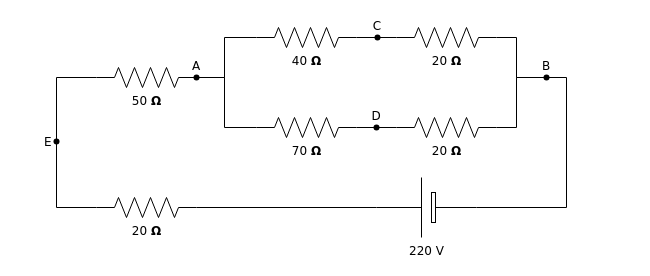
Before: Lab3/Voltage-divider.drawio in farhanarrafi/embedded-project-website, a draw.io diagram. Source tidied: cells renumbered, new cells numbered last; positions are measured from the earlier drawing's top-left corner, leaving out a move shared by most shapes. Both pictures are drawn from the tidied source at 100%, with x=0, y=0 at pixel (36, 17).
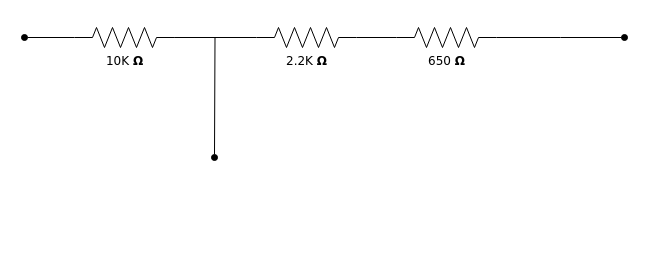
The same page after the edit.

What changed in the source:
```diff
@@
-    <mxCell id="2" style="edgeStyle=orthogonalEdgeStyle;rounded=0;html=1;exitPerimeter=0;entryX=0;entryY=0.5;entryPerimeter=0;labelBackgroundColor=none;startArrow=none;startFill=0;startSize=5;endArrow=none;endFill=0;endSize=5;jettySize=auto;strokeWidth=1;fontFamily=Verdana;fontSize=12;" parent="1" edge="1" source="19" target="5">
-      <mxGeometry relative="1" as="geometry" />
-    </mxCell>
-    <mxCell id="3" value="40&amp;nbsp;&lt;b&gt;Ω&lt;/b&gt;" style="verticalLabelPosition=bottom;shadow=0;dashed=0;align=center;html=1;verticalAlign=top;strokeWidth=1;shape=mxgraph.electrical.resistors.resistor_2;rounded=1;comic=0;labelBackgroundColor=none;fontFamily=Verdana;fontSize=12;" parent="1" vertex="1">
+    <mxCell id="3" value="2.2K&amp;nbsp;&lt;b&gt;Ω&lt;/b&gt;" style="verticalLabelPosition=bottom;shadow=0;dashed=0;align=center;html=1;verticalAlign=top;strokeWidth=1;shape=mxgraph.electrical.resistors.resistor_2;rounded=1;comic=0;labelBackgroundColor=none;fontFamily=Verdana;fontSize=12;" parent="1" vertex="1">
       <mxGeometry x="220" y="10" width="100" height="20" as="geometry" />
     </mxCell>
-    <mxCell id="4" style="edgeStyle=orthogonalEdgeStyle;rounded=0;html=1;exitX=1;exitY=0.5;exitPerimeter=0;labelBackgroundColor=none;startArrow=none;startFill=0;startSize=5;endArrow=none;endFill=0;endSize=5;jettySize=auto;strokeWidth=1;fontFamily=Verdana;fontSize=12;" parent="1" edge="1" source="5" target="18">
-      <mxGeometry relative="1" as="geometry">
-        <Array as="points">
-          <mxPoint x="480" y="20" />
-          <mxPoint x="480" y="60" />
-        </Array>
-      </mxGeometry>
-    </mxCell>
+    <mxCell id="26" style="edgeStyle=orthogonalEdgeStyle;rounded=0;jettySize=auto;html=1;exitX=1;exitY=0.5;exitDx=0;exitDy=0;exitPerimeter=0;endArrow=oval;endFill=1;" parent="1" edge="1" source="5">
+      <mxGeometry relative="1" as="geometry">
+        <mxPoint x="588" y="20" as="targetPoint" />
+      </mxGeometry>
+    </mxCell>
-    <mxCell id="5" value="20&amp;nbsp;&lt;b&gt;Ω&lt;/b&gt;" style="verticalLabelPosition=bottom;shadow=0;dashed=0;align=center;html=1;verticalAlign=top;strokeWidth=1;shape=mxgraph.electrical.resistors.resistor_2;rounded=1;comic=0;labelBackgroundColor=none;fontFamily=Verdana;fontSize=12;" parent="1" vertex="1">
+    <mxCell id="5" value="650&amp;nbsp;&lt;b&gt;Ω&lt;/b&gt;" style="verticalLabelPosition=bottom;shadow=0;dashed=0;align=center;html=1;verticalAlign=top;strokeWidth=1;shape=mxgraph.electrical.resistors.resistor_2;rounded=1;comic=0;labelBackgroundColor=none;fontFamily=Verdana;fontSize=12;" parent="1" vertex="1">
       <mxGeometry x="360" y="10" width="100" height="20" as="geometry" />
     </mxCell>
-    <mxCell id="6" style="edgeStyle=orthogonalEdgeStyle;rounded=0;html=1;exitX=1;exitY=0.5;exitPerimeter=0;labelBackgroundColor=none;startArrow=none;startFill=0;startSize=5;endArrow=none;endFill=0;endSize=5;jettySize=auto;strokeWidth=1;fontFamily=Verdana;fontSize=12;" parent="1" edge="1" source="7" target="24">
-      <mxGeometry relative="1" as="geometry" />
-    </mxCell>
+    <mxCell id="27" style="edgeStyle=orthogonalEdgeStyle;rounded=0;jettySize=auto;html=1;exitX=0;exitY=0.5;exitDx=0;exitDy=0;exitPerimeter=0;endArrow=oval;endFill=1;" parent="1" edge="1" source="7">
+      <mxGeometry relative="1" as="geometry">
+        <mxPoint x="-12" y="20" as="targetPoint" />
+      </mxGeometry>
+    </mxCell>
+    <mxCell id="28" style="edgeStyle=orthogonalEdgeStyle;rounded=0;jettySize=auto;html=1;exitX=1;exitY=0.5;exitDx=0;exitDy=0;exitPerimeter=0;endArrow=oval;endFill=1;" parent="1" edge="1" source="7">
+      <mxGeometry relative="1" as="geometry">
+        <mxPoint x="178" y="140" as="targetPoint" />
+      </mxGeometry>
+    </mxCell>
-    <mxCell id="7" value="70&amp;nbsp;&lt;b&gt;Ω&lt;/b&gt;" style="verticalLabelPosition=bottom;shadow=0;dashed=0;align=center;html=1;verticalAlign=top;strokeWidth=1;shape=mxgraph.electrical.resistors.resistor_2;rounded=1;comic=0;labelBackgroundColor=none;fontFamily=Verdana;fontSize=12;" parent="1" vertex="1">
-      <mxGeometry x="220" y="100" width="100" height="20" as="geometry" />
+    <mxCell id="7" value="10K&amp;nbsp;&lt;b&gt;Ω&lt;/b&gt;" style="verticalLabelPosition=bottom;shadow=0;dashed=0;align=center;html=1;verticalAlign=top;strokeWidth=1;shape=mxgraph.electrical.resistors.resistor_2;rounded=1;comic=0;labelBackgroundColor=none;fontFamily=Verdana;fontSize=12;" parent="1" vertex="1">
+      <mxGeometry x="38" y="10" width="100" height="20" as="geometry" />
     </mxCell>
-    <mxCell id="8" style="edgeStyle=orthogonalEdgeStyle;rounded=0;html=1;exitX=1;exitY=0.5;exitPerimeter=0;labelBackgroundColor=none;startArrow=none;startFill=0;startSize=5;endArrow=none;endFill=0;endSize=5;jettySize=auto;strokeWidth=1;fontFamily=Verdana;fontSize=12;" parent="1" edge="1" source="9" target="18">
-      <mxGeometry relative="1" as="geometry">
-        <Array as="points">
-          <mxPoint x="480" y="110" />
-          <mxPoint x="480" y="60" />
-        </Array>
-      </mxGeometry>
-    </mxCell>
-    <mxCell id="9" value="20&amp;nbsp;&lt;b&gt;Ω&lt;/b&gt;" style="verticalLabelPosition=bottom;shadow=0;dashed=0;align=center;html=1;verticalAlign=top;strokeWidth=1;shape=mxgraph.electrical.resistors.resistor_2;rounded=1;comic=0;labelBackgroundColor=none;fontFamily=Verdana;fontSize=12;" parent="1" vertex="1">
-      <mxGeometry x="360" y="100" width="100" height="20" as="geometry" />
-    </mxCell>
-    <mxCell id="10" style="edgeStyle=orthogonalEdgeStyle;rounded=0;html=1;entryX=0;entryY=0.5;entryPerimeter=0;labelBackgroundColor=none;startArrow=none;startFill=0;startSize=5;endArrow=none;endFill=0;endSize=5;jettySize=auto;strokeWidth=1;fontFamily=Verdana;fontSize=12;" parent="1" edge="1" source="21" target="3">
-      <mxGeometry relative="1" as="geometry">
-        <Array as="points">
-          <mxPoint x="188" y="60" />
-          <mxPoint x="188" y="20" />
-        </Array>
-      </mxGeometry>
-    </mxCell>
-    <mxCell id="11" style="edgeStyle=orthogonalEdgeStyle;rounded=0;html=1;entryX=0;entryY=0.5;entryPerimeter=0;labelBackgroundColor=none;startArrow=none;startFill=0;startSize=5;endArrow=none;endFill=0;endSize=5;jettySize=auto;strokeWidth=1;fontFamily=Verdana;fontSize=12;" parent="1" edge="1" source="21" target="7">
-      <mxGeometry relative="1" as="geometry">
-        <Array as="points">
-          <mxPoint x="188" y="60" />
-          <mxPoint x="188" y="110" />
-        </Array>
-      </mxGeometry>
-    </mxCell>
-    <mxCell id="12" value="50&amp;nbsp;&lt;b&gt;Ω&lt;/b&gt;" style="verticalLabelPosition=bottom;shadow=0;dashed=0;align=center;html=1;verticalAlign=top;strokeWidth=1;shape=mxgraph.electrical.resistors.resistor_2;rounded=1;comic=0;labelBackgroundColor=none;fontFamily=Verdana;fontSize=12;" parent="1" vertex="1">
-      <mxGeometry x="60" y="50" width="100" height="20" as="geometry" />
-    </mxCell>
-    <mxCell id="13" style="edgeStyle=orthogonalEdgeStyle;rounded=0;html=1;exitX=0;exitY=0.5;exitPerimeter=0;labelBackgroundColor=none;startArrow=none;startFill=0;startSize=5;endArrow=none;endFill=0;endSize=5;jettySize=auto;strokeWidth=1;fontFamily=Verdana;fontSize=12;" parent="1" edge="1" source="14" target="22">
-      <mxGeometry relative="1" as="geometry">
-        <Array as="points">
-          <mxPoint x="20" y="190" />
-        </Array>
-      </mxGeometry>
-    </mxCell>
-    <mxCell id="14" value="20&amp;nbsp;&lt;b&gt;Ω&lt;/b&gt;" style="verticalLabelPosition=bottom;shadow=0;dashed=0;align=center;html=1;verticalAlign=top;strokeWidth=1;shape=mxgraph.electrical.resistors.resistor_2;rounded=1;comic=0;labelBackgroundColor=none;fontFamily=Verdana;fontSize=12;" parent="1" vertex="1">
-      <mxGeometry x="60" y="180" width="100" height="20" as="geometry" />
-    </mxCell>
-    <mxCell id="15" style="edgeStyle=orthogonalEdgeStyle;rounded=0;html=1;exitX=1;exitY=0.5;exitPerimeter=0;entryX=1;entryY=0.5;entryPerimeter=0;labelBackgroundColor=none;startArrow=none;startFill=0;startSize=5;endArrow=none;endFill=0;endSize=5;jettySize=auto;strokeWidth=1;fontFamily=Verdana;fontSize=12;" parent="1" edge="1" source="17" target="14">
-      <mxGeometry relative="1" as="geometry" />
-    </mxCell>
-    <mxCell id="16" style="edgeStyle=orthogonalEdgeStyle;rounded=0;html=1;exitX=0;exitY=0.5;exitPerimeter=0;labelBackgroundColor=none;startArrow=none;startFill=0;startSize=5;endArrow=none;endFill=0;endSize=5;jettySize=auto;strokeWidth=1;fontFamily=Verdana;fontSize=12;" parent="1" edge="1" source="17" target="18">
-      <mxGeometry relative="1" as="geometry">
-        <Array as="points">
-          <mxPoint x="530" y="190" />
-          <mxPoint x="530" y="60" />
-        </Array>
-      </mxGeometry>
-    </mxCell>
-    <mxCell id="17" value="220 V" style="verticalLabelPosition=bottom;shadow=0;dashed=0;align=center;fillColor=default;html=1;verticalAlign=top;strokeWidth=1;shape=mxgraph.electrical.miscellaneous.monocell_battery;rounded=1;comic=0;labelBackgroundColor=none;fontFamily=Verdana;fontSize=12;flipH=1;" parent="1" vertex="1">
-      <mxGeometry x="340" y="160" width="100" height="60" as="geometry" />
-    </mxCell>
-    <mxCell id="18" value="B" style="shape=waypoint;sketch=0;fillStyle=solid;size=6;points=[];fillColor=none;perimeter=centerPerimeter;snapToPoint=1;verticalAlign=top;spacingBottom=0;spacingTop=-5;fontFamily=Verdana;fontSize=12;" parent="1" vertex="1">
-      <mxGeometry x="490" y="40" width="40" height="40" as="geometry" />
-    </mxCell>
-    <mxCell id="19" value="C" style="shape=waypoint;sketch=0;fillStyle=solid;size=6;points=[];fillColor=none;perimeter=centerPerimeter;snapToPoint=1;verticalAlign=top;spacingBottom=0;spacingTop=-5;fontFamily=Verdana;fontSize=12;" parent="1" vertex="1">
-      <mxGeometry x="321" width="40" height="40" as="geometry" />
-    </mxCell>
-    <mxCell id="20" style="edgeStyle=orthogonalEdgeStyle;rounded=0;html=1;exitX=1;exitY=0.5;exitPerimeter=0;entryPerimeter=0;labelBackgroundColor=none;startArrow=none;startFill=0;startSize=5;endArrow=none;endFill=0;endSize=5;jettySize=auto;strokeWidth=1;fontFamily=Verdana;fontSize=12;" parent="1" edge="1" source="3" target="19">
-      <mxGeometry relative="1" as="geometry" />
-    </mxCell>
-    <mxCell id="21" value="A" style="shape=waypoint;sketch=0;fillStyle=solid;size=6;points=[];fillColor=none;perimeter=centerPerimeter;snapToPoint=1;verticalAlign=top;spacingBottom=0;spacingTop=-5;fontFamily=Verdana;fontSize=12;" parent="1" vertex="1">
-      <mxGeometry x="140" y="40" width="40" height="40" as="geometry" />
-    </mxCell>
-    <mxCell id="22" value="E" style="shape=waypoint;sketch=0;fillStyle=solid;size=6;points=[];fillColor=none;perimeter=centerPerimeter;snapToPoint=1;verticalAlign=middle;spacingBottom=0;spacingTop=0;fontFamily=Verdana;fontSize=12;labelPosition=center;verticalLabelPosition=middle;align=left;spacingRight=0;spacingLeft=6;" parent="1" vertex="1">
-      <mxGeometry y="104" width="40" height="40" as="geometry" />
-    </mxCell>
-    <mxCell id="23" style="edgeStyle=orthogonalEdgeStyle;rounded=0;html=1;labelBackgroundColor=none;startArrow=none;startFill=0;startSize=5;endArrow=none;endFill=0;endSize=5;jettySize=auto;strokeWidth=1;fontFamily=Verdana;fontSize=12;entryX=0;entryY=0.5;entryDx=0;entryDy=0;entryPerimeter=0;" parent="1" edge="1" source="22" target="12">
-      <mxGeometry relative="1" as="geometry">
-        <Array as="points">
-          <mxPoint x="20" y="60" />
-        </Array>
-      </mxGeometry>
-    </mxCell>
-    <mxCell id="24" value="D" style="shape=waypoint;sketch=0;fillStyle=solid;size=6;points=[];fillColor=none;perimeter=centerPerimeter;snapToPoint=1;verticalAlign=top;spacingBottom=0;spacingTop=-5;fontFamily=Verdana;fontSize=12;" parent="1" vertex="1">
-      <mxGeometry x="320" y="90" width="40" height="40" as="geometry" />
-    </mxCell>
-    <mxCell id="25" style="edgeStyle=orthogonalEdgeStyle;rounded=0;html=1;labelBackgroundColor=none;startArrow=none;startFill=0;startSize=5;endArrow=none;endFill=0;endSize=5;jettySize=auto;strokeWidth=1;fontFamily=Verdana;fontSize=12;entryX=0;entryY=0.5;entryDx=0;entryDy=0;entryPerimeter=0;" parent="1" edge="1" source="24" target="9">
-      <mxGeometry relative="1" as="geometry" />
-    </mxCell>
+    <mxCell id="29" style="edgeStyle=orthogonalEdgeStyle;rounded=0;jettySize=auto;html=1;exitX=1;exitY=0.5;exitDx=0;exitDy=0;exitPerimeter=0;entryX=0;entryY=0.5;entryDx=0;entryDy=0;entryPerimeter=0;endArrow=none;startFill=0;" parent="1" edge="1" source="7" target="3">
+      <mxGeometry relative="1" as="geometry" />
+    </mxCell>
+    <mxCell id="30" style="edgeStyle=orthogonalEdgeStyle;rounded=0;jettySize=auto;html=1;exitX=1;exitY=0.5;exitDx=0;exitDy=0;exitPerimeter=0;entryX=0;entryY=0.5;entryDx=0;entryDy=0;entryPerimeter=0;endArrow=none;startFill=0;" parent="1" edge="1" source="3" target="5">
+      <mxGeometry relative="1" as="geometry" />
+    </mxCell>
```
